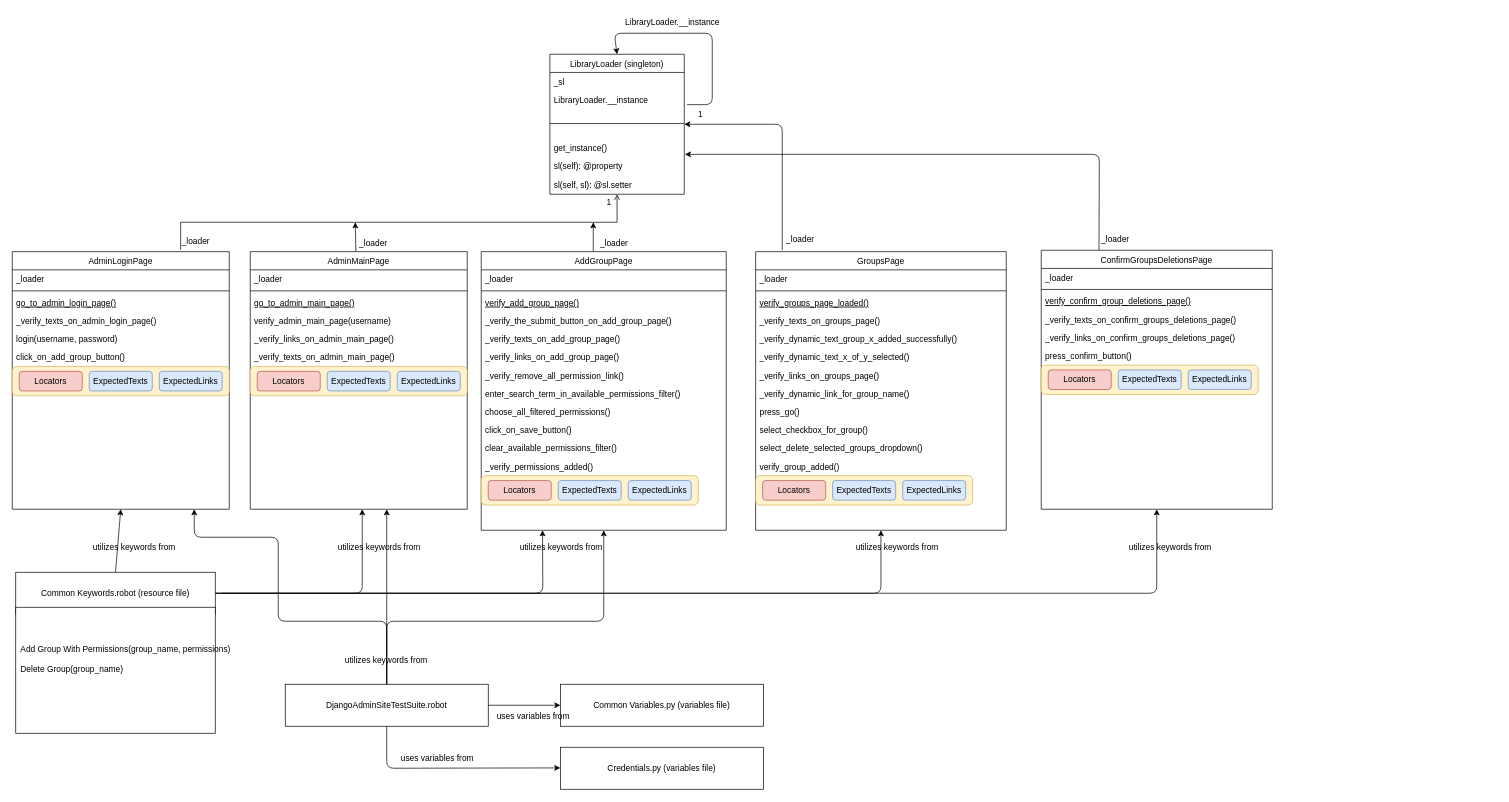
Before: Uml-Draw.io/DjangoAdminSiteTestSuite.drawio in TeddyTeddy/robot-fw-seleniumlibrary-tests, a draw.io diagram. Source tidied: cells renumbered, new cells numbered last; positions are measured from the earlier drawing's top-left corner, leaving out a move shared by most shapes. Both pictures are drawn from the tidied source at 70%, with x=0, y=0 at pixel (12, 12).
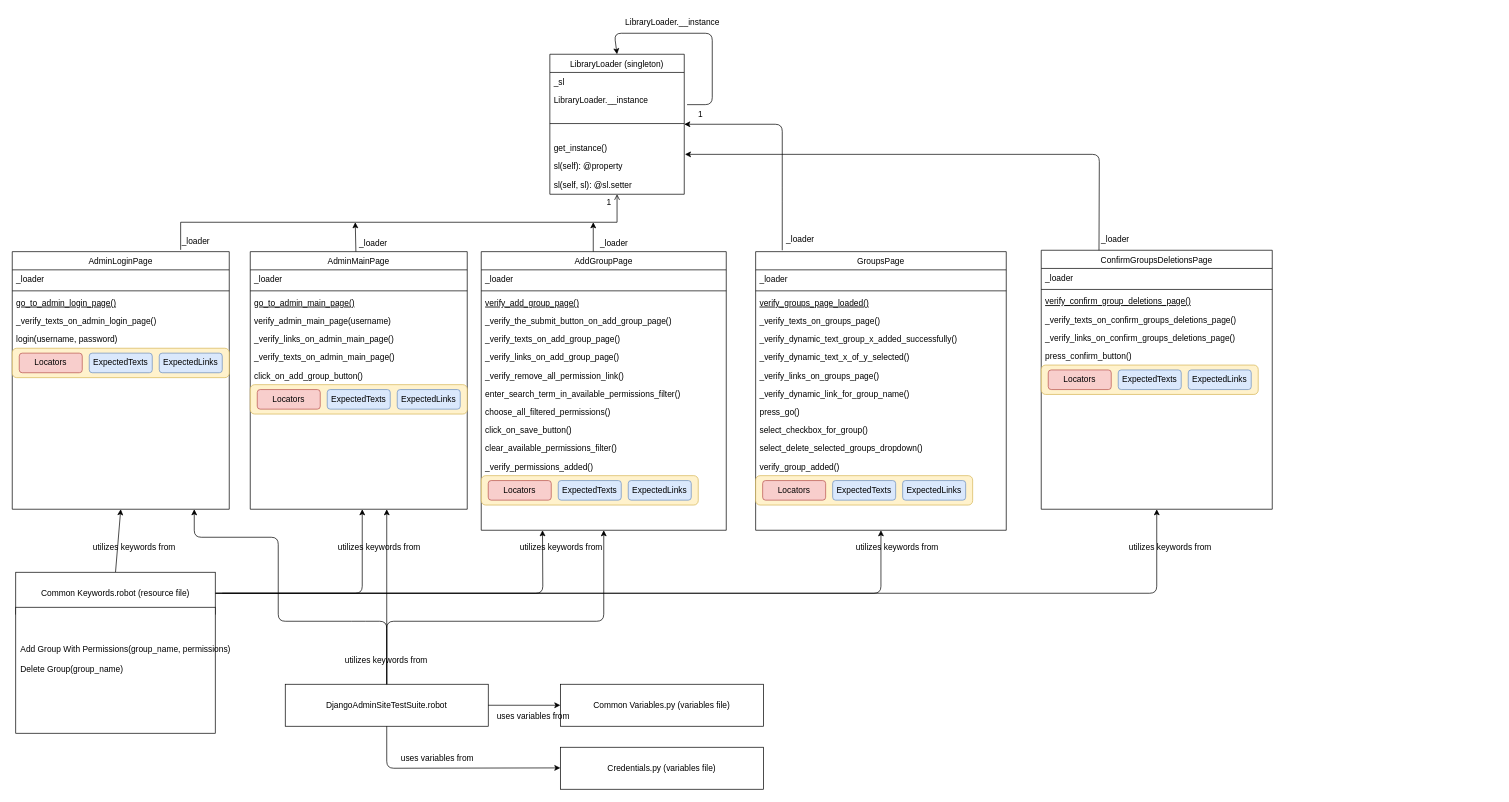
Above is the later version.

Commit message (it also covers changes not shown here):
click_on_add_group_button() moved from AdminLoginPage to AdminMainPage

The change refers to these unchanged cells:
```xml
<mxCell id="2" value="AdminLoginPage" style="swimlane;fontStyle=0;align=center;verticalAlign=top;horizontal=1;startSize=26;rounded=0;shadow=0;strokeWidth=1;" parent="1" vertex="1">
  <mxGeometry y="342" width="310" height="368" as="geometry" />
</mxCell>
<mxCell id="27" value="AdminMainPage" style="swimlane;fontStyle=0;align=center;verticalAlign=top;horizontal=1;startSize=26;rounded=0;shadow=0;strokeWidth=1;" parent="1" vertex="1">
  <mxGeometry x="340" y="342" width="310" height="368" as="geometry" />
</mxCell>
```

What changed in the source:
```diff
@@
-    <mxCell id="8" value="click_on_add_group_button()" style="text;align=left;verticalAlign=top;spacingLeft=4;spacingRight=4;overflow=hidden;" parent="2" vertex="1">
-      <mxGeometry y="138" width="310" height="26" as="geometry" />
-    </mxCell>
     <mxCell id="9" style="group;" parent="2" vertex="1">
-      <mxGeometry y="164" width="310" height="42" as="geometry" />
+      <mxGeometry y="138" width="310" height="42" as="geometry" />
     </mxCell>
@@
-    <mxCell id="34" style="group;" parent="27" vertex="1">
-      <mxGeometry y="164" width="310" height="42" as="geometry" />
-    </mxCell>
+    <mxCell id="8" value="click_on_add_group_button()" style="text;align=left;verticalAlign=top;spacingLeft=4;spacingRight=4;overflow=hidden;" parent="27" vertex="1">
+      <mxGeometry y="164" width="310" height="26" as="geometry" />
+    </mxCell>
+    <mxCell id="121" style="group;" parent="27" vertex="1">
+      <mxGeometry y="190" width="310" height="42" as="geometry" />
+    </mxCell>
-    <mxCell id="35" style="rounded=1;whiteSpace=wrap;html=1;fillColor=#fff2cc;strokeColor=#d6b656;" parent="34" vertex="1">
+    <mxCell id="35" style="rounded=1;whiteSpace=wrap;html=1;fillColor=#fff2cc;strokeColor=#d6b656;" parent="121" vertex="1">
       <mxGeometry width="310" height="42" as="geometry" />
     </mxCell>
-    <mxCell id="36" value="Locators" style="rounded=1;whiteSpace=wrap;html=1;fillColor=#f8cecc;strokeColor=#b85450;" parent="34" vertex="1">
+    <mxCell id="36" value="Locators" style="rounded=1;whiteSpace=wrap;html=1;fillColor=#f8cecc;strokeColor=#b85450;" parent="121" vertex="1">
       <mxGeometry x="10" y="7" width="90" height="28" as="geometry" />
     </mxCell>
-    <mxCell id="37" value="ExpectedTexts" style="rounded=1;whiteSpace=wrap;html=1;fillColor=#dae8fc;strokeColor=#6c8ebf;" parent="34" vertex="1">
+    <mxCell id="37" value="ExpectedTexts" style="rounded=1;whiteSpace=wrap;html=1;fillColor=#dae8fc;strokeColor=#6c8ebf;" parent="121" vertex="1">
       <mxGeometry x="110" y="7" width="90" height="28" as="geometry" />
     </mxCell>
-    <mxCell id="38" value="ExpectedLinks" style="rounded=1;whiteSpace=wrap;html=1;fillColor=#dae8fc;strokeColor=#6c8ebf;" parent="34" vertex="1">
+    <mxCell id="38" value="ExpectedLinks" style="rounded=1;whiteSpace=wrap;html=1;fillColor=#dae8fc;strokeColor=#6c8ebf;" parent="121" vertex="1">
       <mxGeometry x="210" y="7" width="90" height="28" as="geometry" />
     </mxCell>
```
